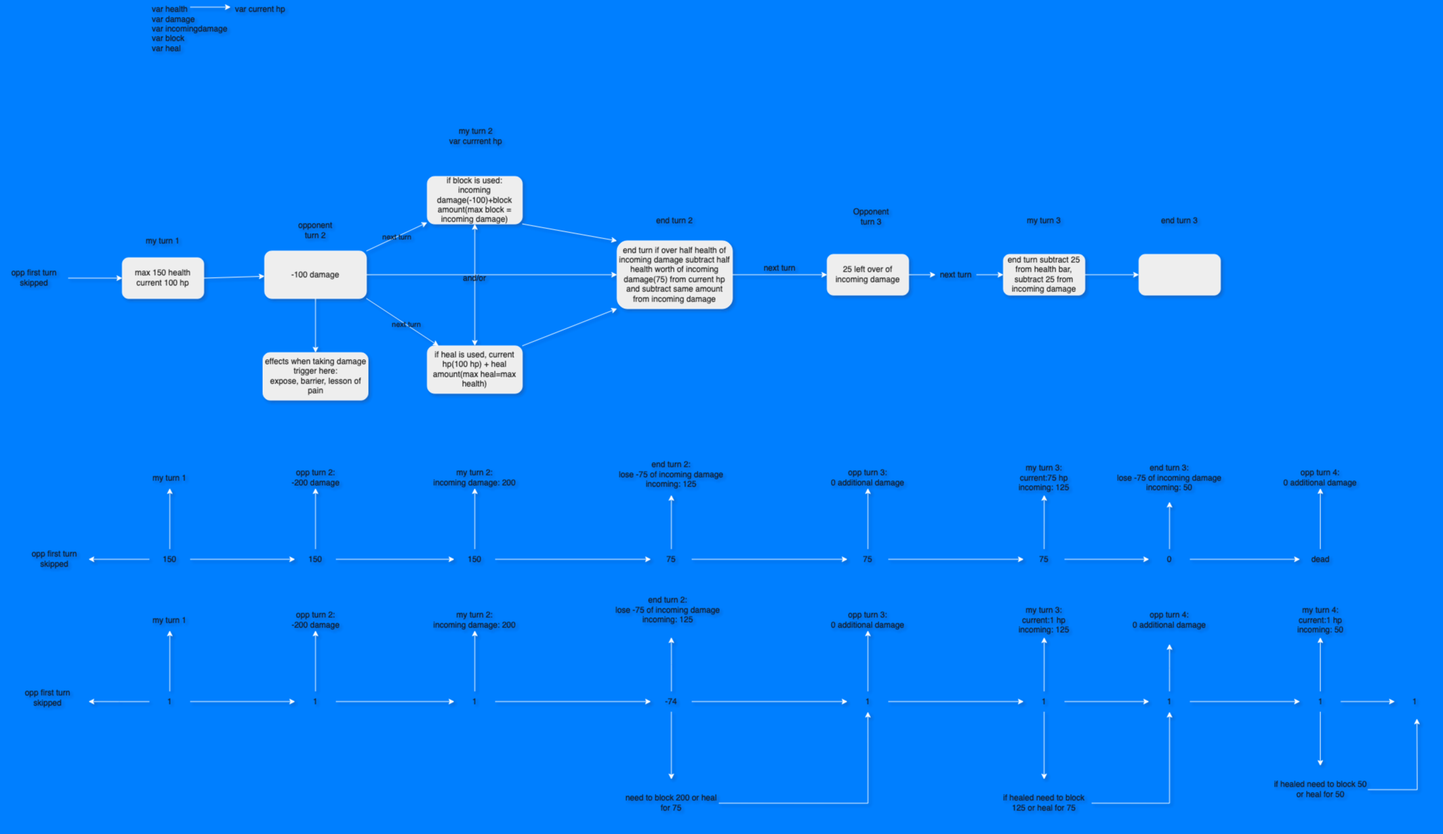
The draw.io diagram Karuta dojo simulator/karuta health Diagram.drawio.png in different2/Programming, before a commit. Source tidied: cells renumbered, new cells last; positions are measured from the earlier drawing's top-left corner, leaving out a move shared by most shapes.
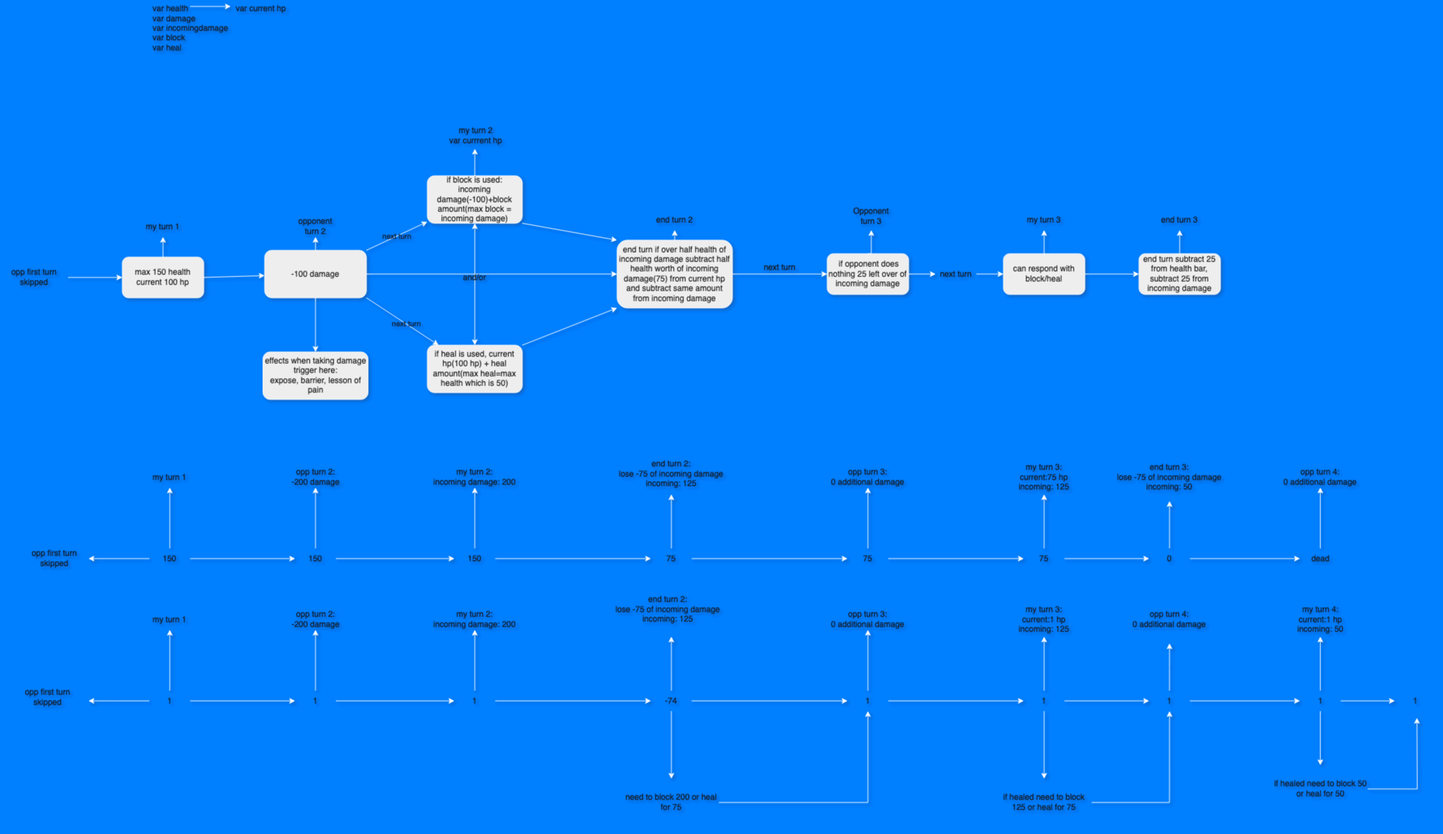
After the change.

Diff of the diagram source:
```diff
@@ -2,6 +2,9 @@
   <root>
     <mxCell id="0" />
     <mxCell id="1" parent="0" />
+    <mxCell id="116" style="edgeStyle=orthogonalEdgeStyle;rounded=0;jettySize=auto;html=1;exitX=0.5;exitY=0;exitDx=0;exitDy=0;entryX=0.5;entryY=1;entryDx=0;entryDy=0;strokeColor=#FFFFFF;fontColor=#FFFFFF;" parent="1" edge="1" source="2" target="18">
+      <mxGeometry relative="1" as="geometry" />
+    </mxCell>
     <mxCell id="2" value="max 150 health&lt;br&gt;current 100 hp" style="rounded=1;whiteSpace=wrap;html=1;labelBackgroundColor=none;fillColor=#EEEEEE;strokeColor=#FFFFFF;fontColor=#1A1A1A;" parent="1" vertex="1">
       <mxGeometry x="180" y="380" width="120" height="60" as="geometry" />
     </mxCell>
@@ -11,25 +14,34 @@
     <mxCell id="4" style="edgeStyle=orthogonalEdgeStyle;rounded=0;jettySize=auto;html=1;labelBackgroundColor=none;fontColor=default;strokeColor=#FFFFFF;" parent="1" edge="1" source="5" target="32">
       <mxGeometry relative="1" as="geometry" />
     </mxCell>
+    <mxCell id="117" style="edgeStyle=orthogonalEdgeStyle;rounded=0;jettySize=auto;html=1;exitX=0.5;exitY=0;exitDx=0;exitDy=0;entryX=0.5;entryY=1;entryDx=0;entryDy=0;strokeColor=#FFFFFF;fontColor=#FFFFFF;" parent="1" edge="1" source="5" target="19">
+      <mxGeometry relative="1" as="geometry" />
+    </mxCell>
     <mxCell id="5" value="-100 damage" style="rounded=1;whiteSpace=wrap;html=1;labelBackgroundColor=none;fillColor=#EEEEEE;strokeColor=#FFFFFF;fontColor=#1A1A1A;" parent="1" vertex="1">
       <mxGeometry x="390" y="370" width="150" height="70" as="geometry" />
     </mxCell>
     <mxCell id="6" style="edgeStyle=orthogonalEdgeStyle;rounded=0;jettySize=auto;html=1;entryX=0;entryY=0.5;entryDx=0;entryDy=0;exitX=1;exitY=0.5;exitDx=0;exitDy=0;labelBackgroundColor=none;fontColor=default;strokeColor=#FFFFFF;" parent="1" edge="1" source="7" target="9">
       <mxGeometry relative="1" as="geometry" />
     </mxCell>
+    <mxCell id="118" style="edgeStyle=orthogonalEdgeStyle;rounded=0;jettySize=auto;html=1;exitX=0.5;exitY=0;exitDx=0;exitDy=0;entryX=0.5;entryY=1;entryDx=0;entryDy=0;strokeColor=#FFFFFF;fontColor=#FFFFFF;" parent="1" edge="1" source="7" target="33">
+      <mxGeometry relative="1" as="geometry" />
+    </mxCell>
     <mxCell id="7" value="end turn if over half health of incoming damage subtract half health worth of incoming damage(75) from current hp and subtract same amount from incoming damage" style="rounded=1;whiteSpace=wrap;html=1;labelBackgroundColor=none;fillColor=#EEEEEE;strokeColor=#FFFFFF;fontColor=#1A1A1A;" parent="1" vertex="1">
       <mxGeometry x="910" y="355" width="170" height="100" as="geometry" />
     </mxCell>
     <mxCell id="8" style="edgeStyle=orthogonalEdgeStyle;rounded=0;jettySize=auto;html=1;exitX=1;exitY=0.5;exitDx=0;exitDy=0;labelBackgroundColor=none;fontColor=default;strokeColor=#FFFFFF;" parent="1" edge="1" source="30" target="25">
       <mxGeometry relative="1" as="geometry" />
     </mxCell>
+    <mxCell id="119" style="edgeStyle=orthogonalEdgeStyle;rounded=0;jettySize=auto;html=1;exitX=0.5;exitY=0;exitDx=0;exitDy=0;entryX=0.5;entryY=1;entryDx=0;entryDy=0;strokeColor=#FFFFFF;fontColor=#FFFFFF;" parent="1" edge="1" source="9" target="22">
+      <mxGeometry relative="1" as="geometry" />
+    </mxCell>
-    <mxCell id="9" value="25 left over of incoming damage" style="rounded=1;whiteSpace=wrap;html=1;labelBackgroundColor=none;fillColor=#EEEEEE;strokeColor=#FFFFFF;fontColor=#1A1A1A;" parent="1" vertex="1">
+    <mxCell id="9" value="&amp;nbsp;if opponent does nothing 25 left over of incoming damage" style="rounded=1;whiteSpace=wrap;html=1;labelBackgroundColor=none;fillColor=#EEEEEE;strokeColor=#FFFFFF;fontColor=#1A1A1A;" parent="1" vertex="1">
       <mxGeometry x="1220" y="375" width="120" height="60" as="geometry" />
     </mxCell>
     <mxCell id="10" value="&lt;div&gt;if block is used:&lt;/div&gt;&lt;div&gt;incoming damage(-100)+block amount(max block = incoming damage)&lt;br&gt;&lt;/div&gt;" style="rounded=1;whiteSpace=wrap;html=1;labelBackgroundColor=none;fillColor=#EEEEEE;strokeColor=#FFFFFF;fontColor=#1A1A1A;" parent="1" vertex="1">
       <mxGeometry x="630" y="260" width="140" height="70" as="geometry" />
     </mxCell>
-    <mxCell id="11" value="if heal is used, current hp(100 hp) + heal amount(max heal=max health)" style="rounded=1;whiteSpace=wrap;html=1;labelBackgroundColor=none;fillColor=#EEEEEE;strokeColor=#FFFFFF;fontColor=#1A1A1A;" parent="1" vertex="1">
+    <mxCell id="11" value="if heal is used, current hp(100 hp) + heal amount(max heal=max health which is 50)" style="rounded=1;whiteSpace=wrap;html=1;labelBackgroundColor=none;fillColor=#EEEEEE;strokeColor=#FFFFFF;fontColor=#1A1A1A;" parent="1" vertex="1">
       <mxGeometry x="630" y="510" width="140" height="70" as="geometry" />
     </mxCell>
     <mxCell id="12" style="endArrow=classic;html=1;rounded=0;exitX=1;exitY=0;exitDx=0;exitDy=0;labelBackgroundColor=none;fontColor=default;strokeColor=#FFFFFF;" parent="1" edge="1" source="5" target="10">
@@ -53,10 +65,10 @@
       <mxGeometry x="670" y="395" width="60" height="30" as="geometry" />
     </mxCell>
     <mxCell id="18" value="my turn 1" style="text;html=1;align=center;verticalAlign=middle;whiteSpace=wrap;rounded=0;labelBackgroundColor=none;fontColor=#1A1A1A;" parent="1" vertex="1">
-      <mxGeometry x="210" y="340" width="60" height="30" as="geometry" />
+      <mxGeometry x="210" y="320" width="60" height="30" as="geometry" />
     </mxCell>
     <mxCell id="19" value="opponent turn 2" style="text;html=1;align=center;verticalAlign=middle;whiteSpace=wrap;rounded=0;labelBackgroundColor=none;fontColor=#1A1A1A;" parent="1" vertex="1">
-      <mxGeometry x="435" y="325" width="60" height="30" as="geometry" />
+      <mxGeometry x="435" y="320" width="60" height="30" as="geometry" />
     </mxCell>
     <mxCell id="20" style="endArrow=classic;html=1;rounded=0;entryX=0;entryY=1;entryDx=0;entryDy=0;exitX=1;exitY=0;exitDx=0;exitDy=0;labelBackgroundColor=none;fontColor=default;strokeColor=#FFFFFF;" parent="1" edge="1" source="11" target="7">
       <mxGeometry relative="1" as="geometry" />
@@ -73,7 +85,10 @@
     <mxCell id="24" style="edgeStyle=orthogonalEdgeStyle;rounded=0;jettySize=auto;html=1;labelBackgroundColor=none;fontColor=default;strokeColor=#FFFFFF;" parent="1" edge="1" source="25" target="69">
       <mxGeometry relative="1" as="geometry" />
     </mxCell>
+    <mxCell id="120" style="edgeStyle=orthogonalEdgeStyle;rounded=0;jettySize=auto;html=1;exitX=0.5;exitY=0;exitDx=0;exitDy=0;entryX=0.5;entryY=1;entryDx=0;entryDy=0;strokeColor=#FFFFFF;fontColor=#FFFFFF;" parent="1" edge="1" source="25" target="26">
+      <mxGeometry relative="1" as="geometry" />
+    </mxCell>
-    <mxCell id="25" value="end turn subtract 25 from health bar, subtract 25 from incoming damage" style="whiteSpace=wrap;html=1;rounded=1;labelBackgroundColor=none;fillColor=#EEEEEE;strokeColor=#FFFFFF;fontColor=#1A1A1A;" parent="1" vertex="1">
+    <mxCell id="25" value="can respond with block/heal " style="whiteSpace=wrap;html=1;rounded=1;labelBackgroundColor=none;fillColor=#EEEEEE;strokeColor=#FFFFFF;fontColor=#1A1A1A;" parent="1" vertex="1">
       <mxGeometry x="1480" y="375" width="120" height="60" as="geometry" />
     </mxCell>
     <mxCell id="26" value="my turn 3" style="text;html=1;align=center;verticalAlign=middle;whiteSpace=wrap;rounded=0;labelBackgroundColor=none;fontColor=#1A1A1A;" parent="1" vertex="1">
@@ -205,7 +220,10 @@
     <mxCell id="68" value="opp first turn skipped" style="text;html=1;align=center;verticalAlign=middle;whiteSpace=wrap;rounded=0;labelBackgroundColor=none;fontColor=#1A1A1A;" parent="1" vertex="1">
       <mxGeometry y="390" width="100" height="40" as="geometry" />
     </mxCell>
+    <mxCell id="121" style="edgeStyle=orthogonalEdgeStyle;rounded=0;jettySize=auto;html=1;exitX=0.5;exitY=0;exitDx=0;exitDy=0;entryX=0.5;entryY=1;entryDx=0;entryDy=0;strokeColor=#FFFFFF;fontColor=#FFFFFF;" parent="1" edge="1" source="69" target="70">
+      <mxGeometry relative="1" as="geometry" />
+    </mxCell>
-    <mxCell id="69" style="whiteSpace=wrap;html=1;rounded=1;labelBackgroundColor=none;fillColor=#EEEEEE;strokeColor=#FFFFFF;fontColor=#1A1A1A;" parent="1" vertex="1">
+    <mxCell id="69" value="end turn subtract 25 from health bar, subtract 25 from incoming damage" style="whiteSpace=wrap;html=1;rounded=1;labelBackgroundColor=none;fillColor=#EEEEEE;strokeColor=#FFFFFF;fontColor=#1A1A1A;" parent="1" vertex="1">
       <mxGeometry x="1680" y="375" width="120" height="60" as="geometry" />
     </mxCell>
     <mxCell id="70" value="end turn 3" style="text;html=1;align=center;verticalAlign=middle;whiteSpace=wrap;rounded=0;labelBackgroundColor=none;fontColor=#1A1A1A;" parent="1" vertex="1">
@@ -357,5 +375,8 @@
         <mxPoint x="340" y="10" as="targetPoint" />
       </mxGeometry>
     </mxCell>
+    <mxCell id="122" style="edgeStyle=orthogonalEdgeStyle;rounded=0;jettySize=auto;html=1;exitX=0.5;exitY=0;exitDx=0;exitDy=0;entryX=0.501;entryY=0.571;entryDx=0;entryDy=0;entryPerimeter=0;strokeColor=#FFFFFF;fontColor=#FFFFFF;" parent="1" edge="1" source="10" target="28">
+      <mxGeometry relative="1" as="geometry" />
+    </mxCell>
   </root>
 </mxGraphModel>
```
